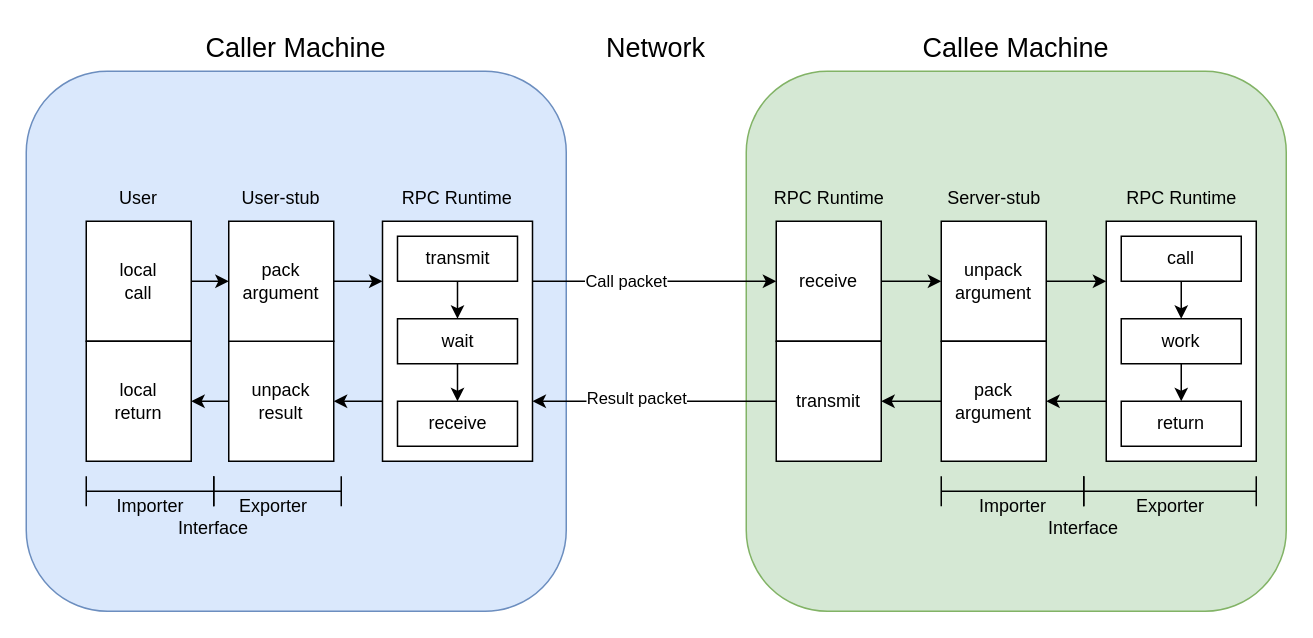
xrysamuel/my-drawio keeps this draw.io diagram as Drafts/RPC.drawio. Above is the earlier version. Source tidied: cells renumbered, new cells numbered last; positions are measured from the earlier drawing's top-left corner, leaving out a move shared by most shapes. Both pictures are drawn from the tidied source at 150%, with x=0, y=0 at pixel (26, 26).
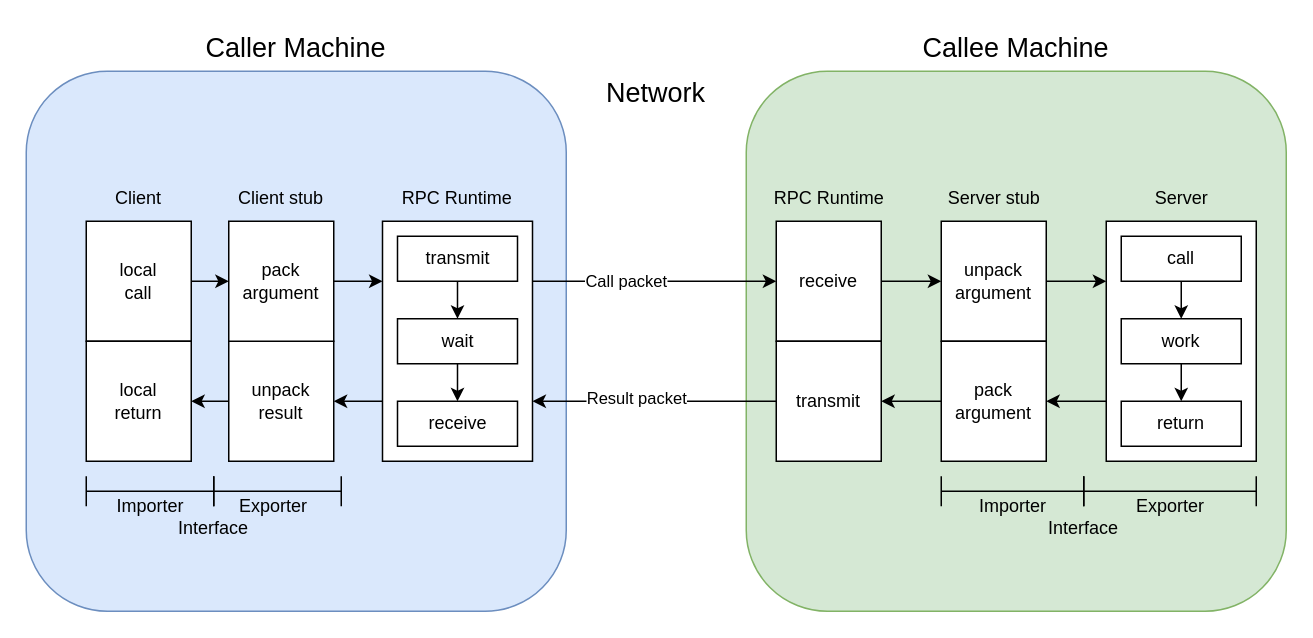
After the change.

Change to the diagram source:
```diff
@@
-    <mxCell id="15" value="User" style="text;html=1;align=center;verticalAlign=middle;whiteSpace=wrap;rounded=0;" parent="1" vertex="1">
+    <mxCell id="15" value="Client" style="text;html=1;align=center;verticalAlign=middle;whiteSpace=wrap;rounded=0;" parent="1" vertex="1">
       <mxGeometry x="45" y="100" width="60" height="30" as="geometry" />
     </mxCell>
-    <mxCell id="16" value="User-stub" style="text;html=1;align=center;verticalAlign=middle;whiteSpace=wrap;rounded=0;" parent="1" vertex="1">
+    <mxCell id="16" value="Client stub" style="text;html=1;align=center;verticalAlign=middle;whiteSpace=wrap;rounded=0;" parent="1" vertex="1">
       <mxGeometry x="140" y="100" width="60" height="30" as="geometry" />
     </mxCell>
@@
-    <mxCell id="30" value="RPC Runtime" style="text;html=1;align=center;verticalAlign=middle;whiteSpace=wrap;rounded=0;" parent="1" vertex="1">
+    <mxCell id="30" value="Server" style="text;html=1;align=center;verticalAlign=middle;whiteSpace=wrap;rounded=0;" parent="1" vertex="1">
       <mxGeometry x="722.5" y="100" width="95" height="30" as="geometry" />
     </mxCell>
@@
-    <mxCell id="40" value="Server-stub" style="text;html=1;align=center;verticalAlign=middle;whiteSpace=wrap;rounded=0;" parent="1" vertex="1">
+    <mxCell id="40" value="Server stub" style="text;html=1;align=center;verticalAlign=middle;whiteSpace=wrap;rounded=0;" parent="1" vertex="1">
       <mxGeometry x="597.5" y="100" width="95" height="30" as="geometry" />
     </mxCell>
@@
     <mxCell id="42" value="Network" style="text;html=1;align=center;verticalAlign=middle;whiteSpace=wrap;rounded=0;fontSize=18;" parent="1" vertex="1">
-      <mxGeometry x="390" width="60" height="30" as="geometry" />
+      <mxGeometry x="380" y="30" width="80" height="30" as="geometry" />
     </mxCell>
```
